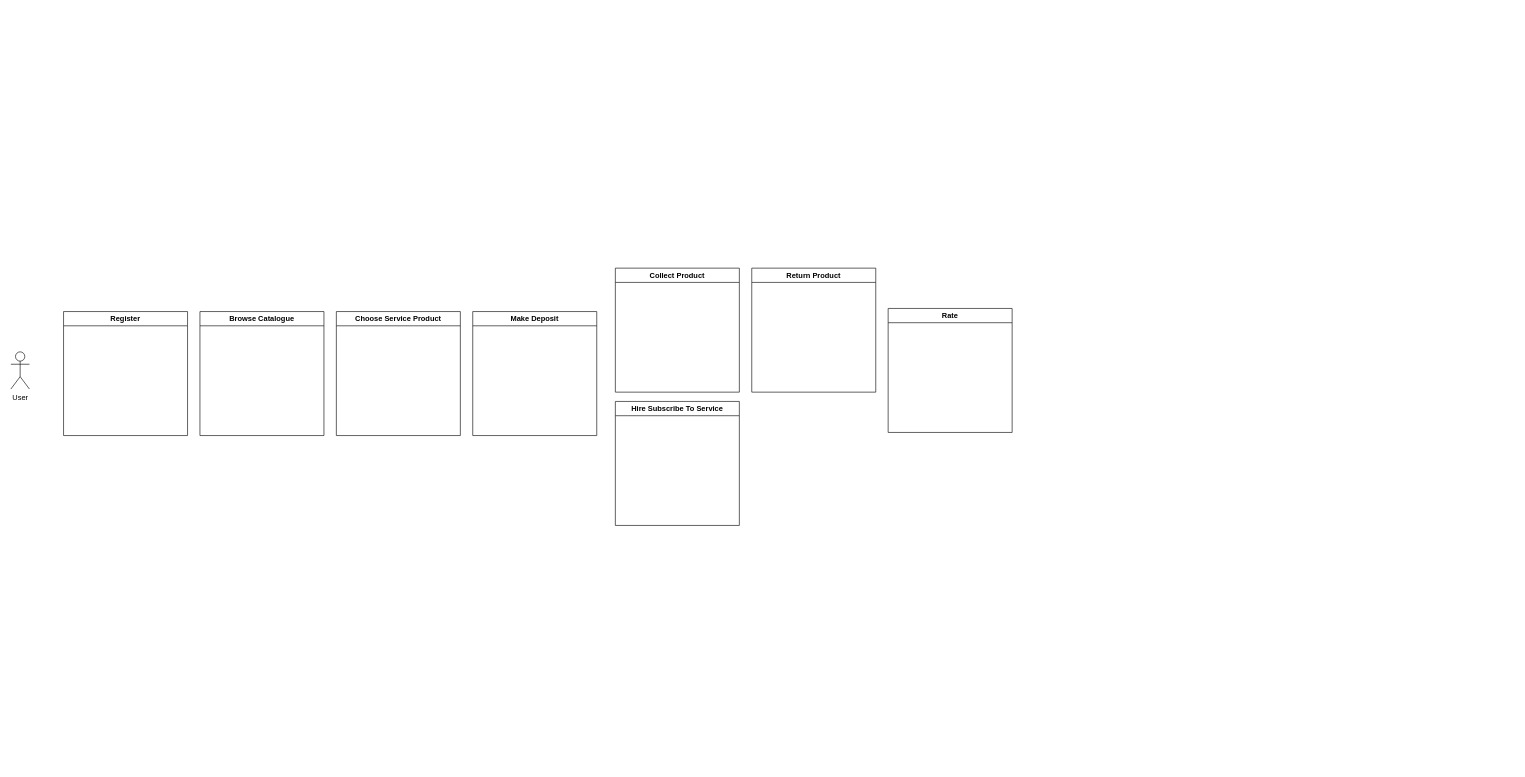
ashtonandrews1/HelpingHand keeps this draw.io diagram as Helpinghand_CaseDiagram.drawio. Above is the earlier version. Source tidied: cells renumbered, new cells numbered last; positions are measured from the earlier drawing's top-left corner, leaving out a move shared by most shapes. Both pictures are drawn from the tidied source at 62%, with x=0, y=0 at pixel (11, 42).
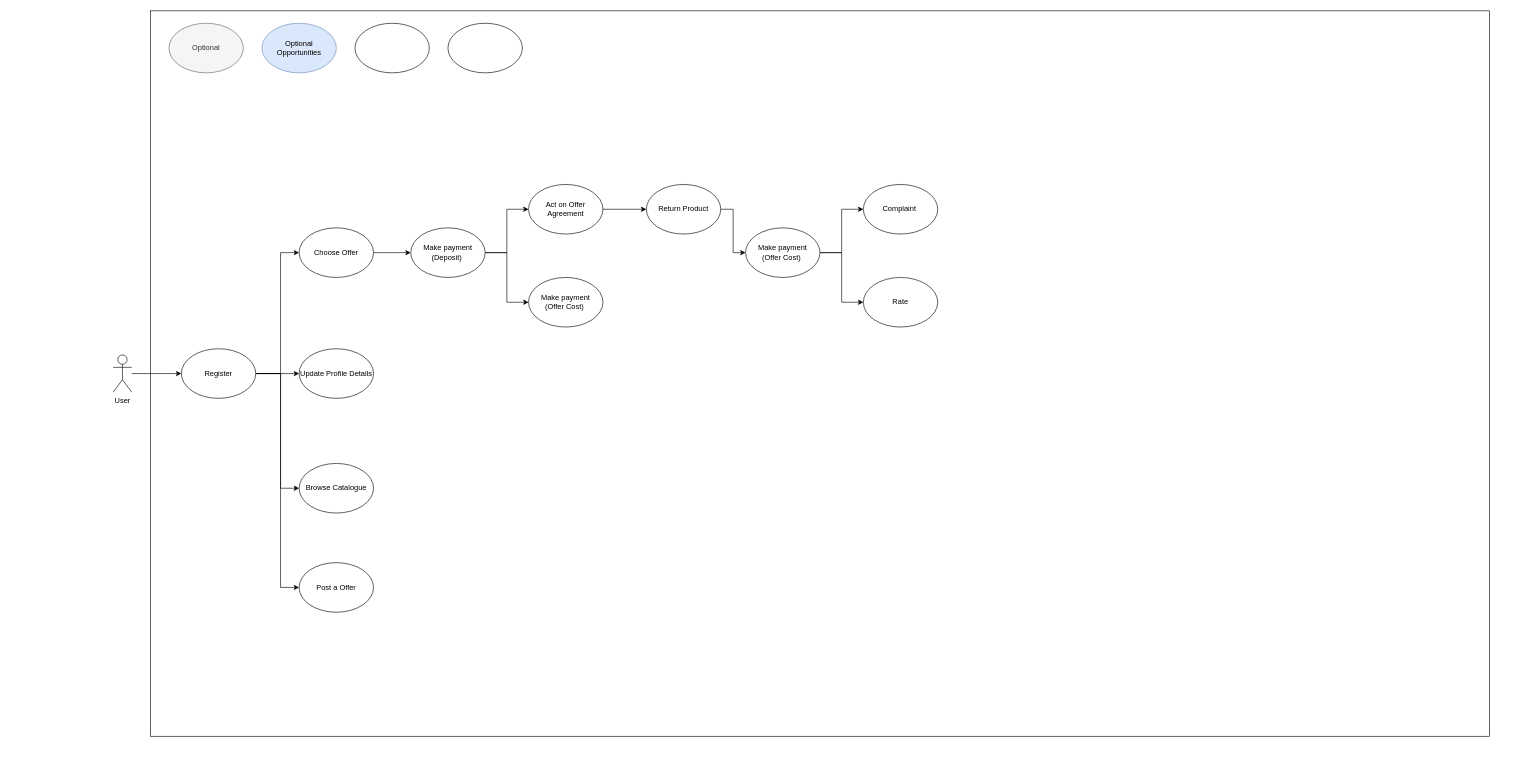
After the change.

Diff of the diagram source:
```diff
@@
-    <mxCell id="2" style="rounded=0;whiteSpace=wrap;html=1;fillColor=default;gradientColor=none;gradientDirection=north;strokeColor=none;glass=0;shadow=0;sketch=1;curveFitting=1;jiggle=2;" parent="1" vertex="1">
-      <mxGeometry x="65" width="2360" height="1170" as="geometry" />
+    <mxCell id="2" style="rounded=0;whiteSpace=wrap;html=1;" parent="1" vertex="1">
+      <mxGeometry x="225" y="-50" width="2160" height="1170" as="geometry" />
     </mxCell>
+    <mxCell id="12" style="edgeStyle=orthogonalEdgeStyle;rounded=0;jettySize=auto;html=1;" parent="1" edge="1" source="3" target="4">
+      <mxGeometry relative="1" as="geometry" />
+    </mxCell>
     <mxCell id="3" value="User" style="shape=umlActor;verticalLabelPosition=bottom;verticalAlign=top;html=1;outlineConnect=0;" parent="1" vertex="1">
-      <mxGeometry y="500" width="30" height="60" as="geometry" />
+      <mxGeometry x="165" y="505" width="30" height="60" as="geometry" />
     </mxCell>
-    <mxCell id="4" value="Register" style="swimlane;whiteSpace=wrap;html=1;fillColor=default;" parent="1" vertex="1">
-      <mxGeometry x="85" y="435" width="200" height="200" as="geometry" />
-    </mxCell>
-    <mxCell id="5" value="Choose Service Product" style="swimlane;whiteSpace=wrap;html=1;" parent="1" vertex="1">
-      <mxGeometry x="525" y="435" width="200" height="200" as="geometry" />
-    </mxCell>
-    <mxCell id="6" value="Make Deposit" style="swimlane;whiteSpace=wrap;html=1;startSize=23;" parent="1" vertex="1">
-      <mxGeometry x="745" y="435" width="200" height="200" as="geometry" />
-    </mxCell>
-    <mxCell id="7" value="Collect Product" style="swimlane;whiteSpace=wrap;html=1;startSize=23;" parent="1" vertex="1">
-      <mxGeometry x="975" y="365" width="200" height="200" as="geometry" />
-    </mxCell>
-    <mxCell id="8" value="Hire Subscribe To Service" style="swimlane;whiteSpace=wrap;html=1;startSize=23;" parent="1" vertex="1">
-      <mxGeometry x="975" y="580" width="200" height="200" as="geometry" />
-    </mxCell>
+    <mxCell id="13" style="edgeStyle=orthogonalEdgeStyle;rounded=0;jettySize=auto;html=1;entryX=0;entryY=0.5;entryDx=0;entryDy=0;" parent="1" edge="1" source="14" target="17">
+      <mxGeometry relative="1" as="geometry" />
+    </mxCell>
+    <mxCell id="14" value="Choose Offer" style="ellipse;whiteSpace=wrap;html=1;" parent="1" vertex="1">
+      <mxGeometry x="465" y="300" width="120" height="80" as="geometry" />
+    </mxCell>
+    <mxCell id="15" style="edgeStyle=orthogonalEdgeStyle;rounded=0;jettySize=auto;html=1;" parent="1" edge="1" source="17" target="19">
+      <mxGeometry relative="1" as="geometry" />
+    </mxCell>
+    <mxCell id="16" style="edgeStyle=orthogonalEdgeStyle;rounded=0;jettySize=auto;html=1;entryX=0;entryY=0.5;entryDx=0;entryDy=0;" parent="1" edge="1" source="17" target="26">
+      <mxGeometry relative="1" as="geometry" />
+    </mxCell>
+    <mxCell id="17" value="&lt;span style=&quot;font-weight: normal;&quot;&gt;Make payment&lt;/span&gt;&lt;div&gt;&lt;span style=&quot;font-weight: normal;&quot;&gt;(Deposit)&amp;nbsp;&lt;/span&gt;&lt;/div&gt;" style="ellipse;whiteSpace=wrap;html=1;fontStyle=1;" parent="1" vertex="1">
+      <mxGeometry x="645" y="300" width="120" height="80" as="geometry" />
+    </mxCell>
+    <mxCell id="18" style="edgeStyle=orthogonalEdgeStyle;rounded=0;jettySize=auto;html=1;" parent="1" edge="1" source="19" target="9">
+      <mxGeometry relative="1" as="geometry" />
+    </mxCell>
+    <mxCell id="19" value="Act on Offer Agreement" style="ellipse;whiteSpace=wrap;html=1;" parent="1" vertex="1">
+      <mxGeometry x="835" y="230" width="120" height="80" as="geometry" />
+    </mxCell>
+    <mxCell id="20" style="edgeStyle=orthogonalEdgeStyle;rounded=0;jettySize=auto;html=1;" parent="1" edge="1" source="9" target="29">
+      <mxGeometry relative="1" as="geometry" />
+    </mxCell>
-    <mxCell id="9" value="Return Product" style="swimlane;whiteSpace=wrap;html=1;startSize=23;" parent="1" vertex="1">
-      <mxGeometry x="1195" y="365" width="200" height="200" as="geometry" />
+    <mxCell id="9" value="Return Product" style="ellipse;whiteSpace=wrap;html=1;" parent="1" vertex="1">
+      <mxGeometry x="1025" y="230" width="120" height="80" as="geometry" />
     </mxCell>
-    <mxCell id="10" value="Rate" style="swimlane;whiteSpace=wrap;html=1;startSize=23;" parent="1" vertex="1">
-      <mxGeometry x="1415" y="430" width="200" height="200" as="geometry" />
+    <mxCell id="10" value="Rate" style="ellipse;whiteSpace=wrap;html=1;" parent="1" vertex="1">
+      <mxGeometry x="1375" y="380" width="120" height="80" as="geometry" />
     </mxCell>
+    <mxCell id="21" value="Complaint&amp;nbsp;" style="ellipse;whiteSpace=wrap;html=1;" parent="1" vertex="1">
+      <mxGeometry x="1375" y="230" width="120" height="80" as="geometry" />
+    </mxCell>
+    <mxCell id="22" style="edgeStyle=orthogonalEdgeStyle;rounded=0;jettySize=auto;html=1;entryX=0;entryY=0.5;entryDx=0;entryDy=0;" parent="1" edge="1" source="4" target="11">
+      <mxGeometry relative="1" as="geometry">
+        <Array as="points">
+          <mxPoint x="435" y="535" />
+          <mxPoint x="435" y="720" />
+        </Array>
+      </mxGeometry>
+    </mxCell>
+    <mxCell id="23" style="edgeStyle=orthogonalEdgeStyle;rounded=0;jettySize=auto;html=1;entryX=0;entryY=0.5;entryDx=0;entryDy=0;" parent="1" edge="1" source="4" target="14">
+      <mxGeometry relative="1" as="geometry">
+        <Array as="points">
+          <mxPoint x="435" y="535" />
+          <mxPoint x="435" y="340" />
+        </Array>
+      </mxGeometry>
+    </mxCell>
+    <mxCell id="24" style="edgeStyle=orthogonalEdgeStyle;rounded=0;jettySize=auto;html=1;entryX=0;entryY=0.5;entryDx=0;entryDy=0;" parent="1" edge="1" source="4" target="30">
+      <mxGeometry relative="1" as="geometry" />
+    </mxCell>
+    <mxCell id="25" style="edgeStyle=orthogonalEdgeStyle;rounded=0;jettySize=auto;html=1;entryX=0;entryY=0.5;entryDx=0;entryDy=0;" parent="1" edge="1" source="4" target="31">
+      <mxGeometry relative="1" as="geometry">
+        <Array as="points">
+          <mxPoint x="435" y="535" />
+          <mxPoint x="435" y="880" />
+        </Array>
+      </mxGeometry>
+    </mxCell>
+    <mxCell id="4" value="Register" style="ellipse;whiteSpace=wrap;html=1;" parent="1" vertex="1">
+      <mxGeometry x="275" y="495" width="120" height="80" as="geometry" />
+    </mxCell>
-    <mxCell id="11" value="Browse Catalogue" style="swimlane;whiteSpace=wrap;html=1;" parent="1" vertex="1">
-      <mxGeometry x="305" y="435" width="200" height="200" as="geometry" />
+    <mxCell id="11" value="Browse Catalogue" style="ellipse;whiteSpace=wrap;html=1;" parent="1" vertex="1">
+      <mxGeometry x="465" y="680" width="120" height="80" as="geometry" />
     </mxCell>
+    <mxCell id="26" value="&lt;span style=&quot;font-weight: normal;&quot;&gt;Make payment&lt;/span&gt;&lt;div&gt;&lt;span style=&quot;font-weight: normal;&quot;&gt;(Offer Cost)&amp;nbsp;&lt;/span&gt;&lt;/div&gt;" style="ellipse;whiteSpace=wrap;html=1;fontStyle=1;" parent="1" vertex="1">
+      <mxGeometry x="835" y="380" width="120" height="80" as="geometry" />
+    </mxCell>
+    <mxCell id="27" style="edgeStyle=orthogonalEdgeStyle;rounded=0;jettySize=auto;html=1;" parent="1" edge="1" source="29" target="21">
+      <mxGeometry relative="1" as="geometry" />
+    </mxCell>
+    <mxCell id="28" style="edgeStyle=orthogonalEdgeStyle;rounded=0;jettySize=auto;html=1;" parent="1" edge="1" source="29" target="10">
+      <mxGeometry relative="1" as="geometry" />
+    </mxCell>
+    <mxCell id="29" value="&lt;span style=&quot;font-weight: normal;&quot;&gt;Make payment&lt;/span&gt;&lt;div&gt;&lt;span style=&quot;font-weight: normal;&quot;&gt;(Offer Cost)&amp;nbsp;&lt;/span&gt;&lt;/div&gt;" style="ellipse;whiteSpace=wrap;html=1;fontStyle=1;" parent="1" vertex="1">
+      <mxGeometry x="1185" y="300" width="120" height="80" as="geometry" />
+    </mxCell>
+    <mxCell id="30" value="Update Profile Details" style="ellipse;whiteSpace=wrap;html=1;" parent="1" vertex="1">
+      <mxGeometry x="465" y="495" width="120" height="80" as="geometry" />
+    </mxCell>
+    <mxCell id="31" value="Post a Offer" style="ellipse;whiteSpace=wrap;html=1;" parent="1" vertex="1">
+      <mxGeometry x="465" y="840" width="120" height="80" as="geometry" />
+    </mxCell>
+    <mxCell id="32" value="Optional" style="ellipse;whiteSpace=wrap;html=1;fillColor=#f5f5f5;fontColor=#333333;strokeColor=#666666;" parent="1" vertex="1">
+      <mxGeometry x="255" y="-30" width="120" height="80" as="geometry" />
+    </mxCell>
+    <mxCell id="33" value="Optional Opportunities" style="ellipse;whiteSpace=wrap;html=1;fillColor=#dae8fc;strokeColor=#6c8ebf;" parent="1" vertex="1">
+      <mxGeometry x="405" y="-30" width="120" height="80" as="geometry" />
+    </mxCell>
+    <mxCell id="34" style="ellipse;whiteSpace=wrap;html=1;" parent="1" vertex="1">
+      <mxGeometry x="555" y="-30" width="120" height="80" as="geometry" />
+    </mxCell>
+    <mxCell id="35" style="ellipse;whiteSpace=wrap;html=1;" parent="1" vertex="1">
+      <mxGeometry x="705" y="-30" width="120" height="80" as="geometry" />
+    </mxCell>
```
